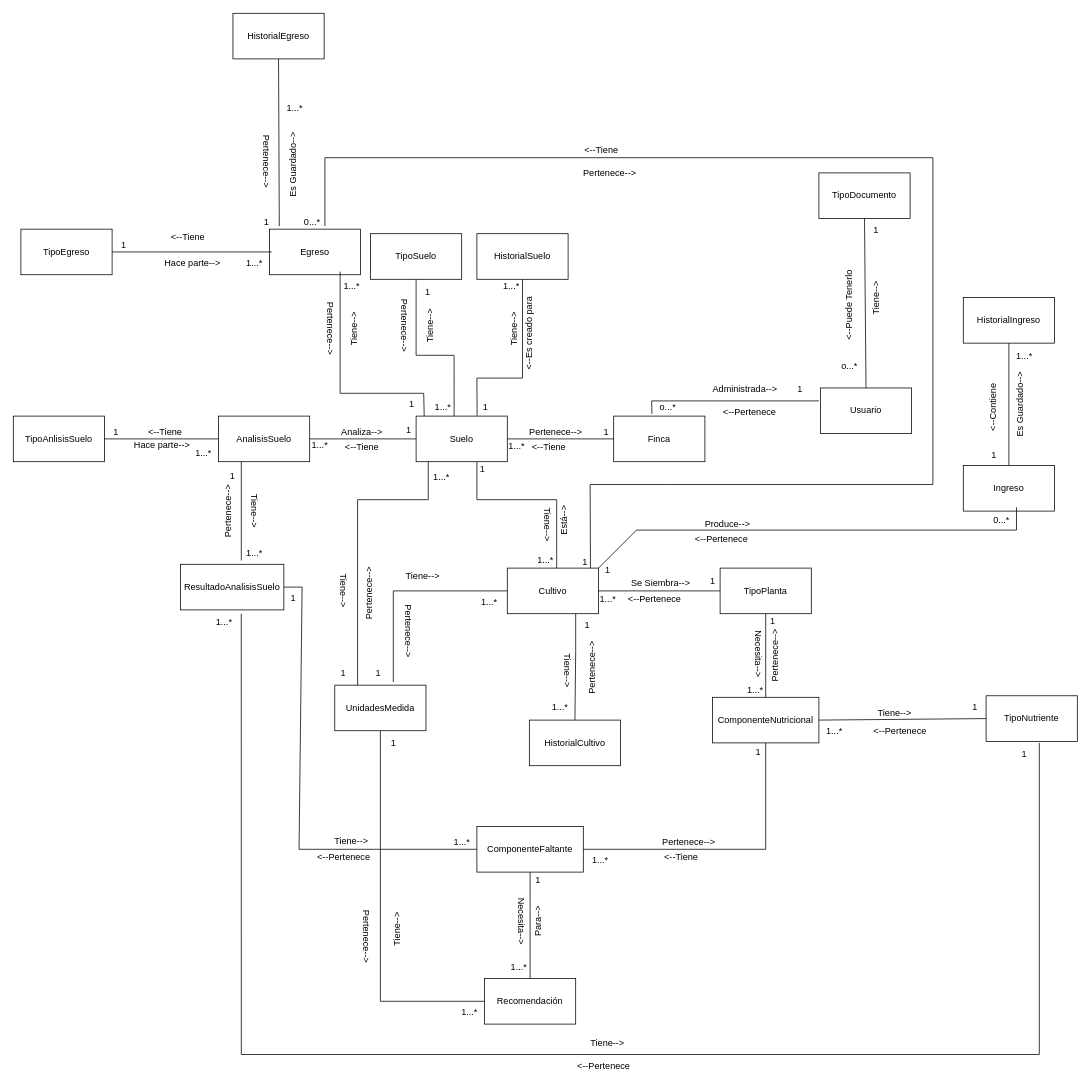
1193090526alexander/IngenieriaDeSotwareII keeps this draw.io diagram as proyecto de clase cropscan/CropScan.drawio. Above is the earlier version. Source tidied: cells renumbered, new cells numbered last; positions are measured from the earlier drawing's top-left corner, leaving out a move shared by most shapes. Both pictures are drawn from the tidied source at 76%, with x=0, y=0 at pixel (13, 13).
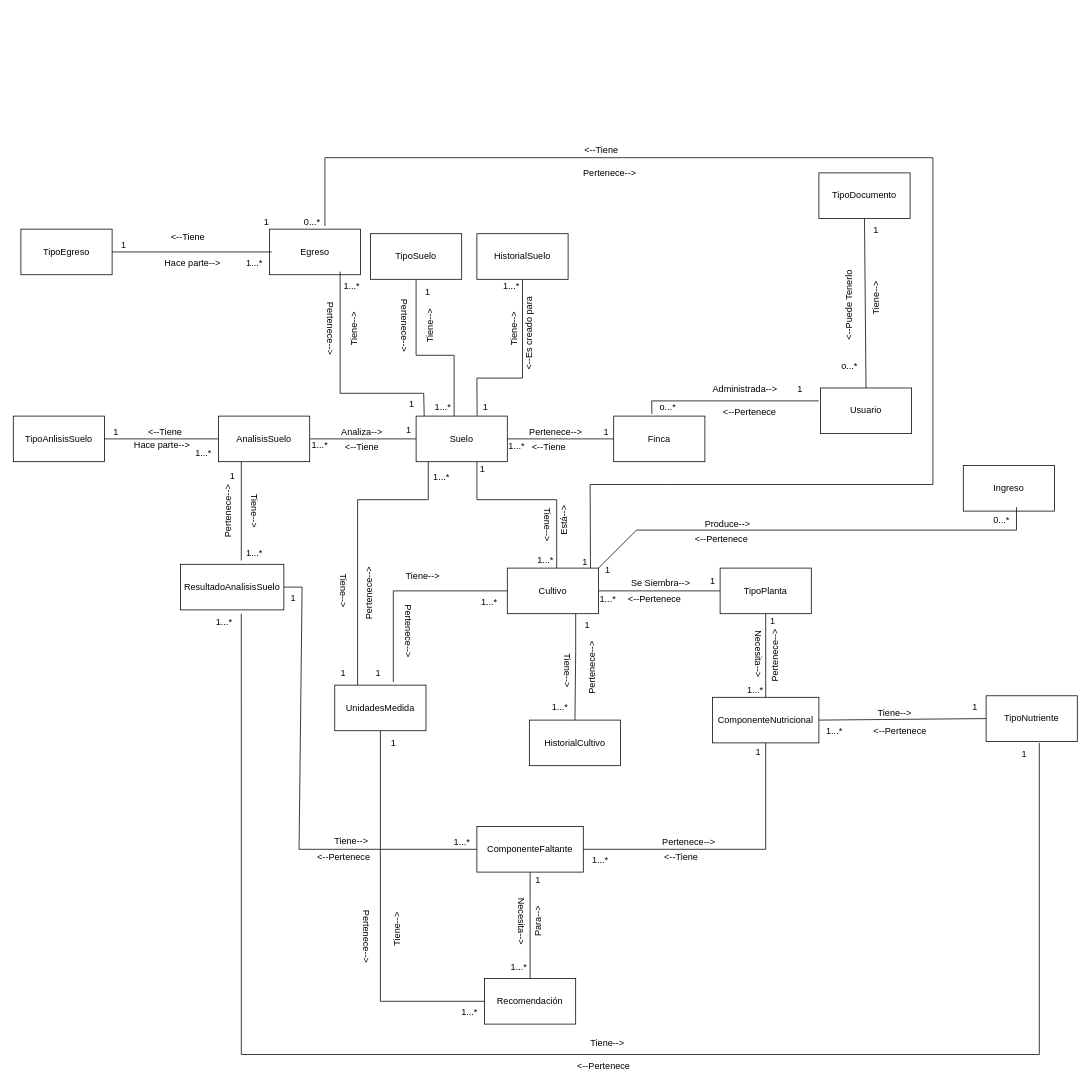
After the change.

Unchanged cells that the change refers to:
```xml
<mxCell id="63" value="Ingreso" style="rounded=0;whiteSpace=wrap;html=1;" parent="1" vertex="1">
  <mxGeometry x="1250" y="595" width="120" height="60" as="geometry" />
</mxCell>
```

Change to the diagram source:
```diff
@@
-    <mxCell id="127" value="HistorialEgreso" style="rounded=0;whiteSpace=wrap;html=1;" parent="1" vertex="1">
-      <mxGeometry x="289" width="120" height="60" as="geometry" />
-    </mxCell>
-    <mxCell id="128" value="HistorialIngreso" style="rounded=0;whiteSpace=wrap;html=1;" parent="1" vertex="1">
-      <mxGeometry x="1250" y="374" width="120" height="60" as="geometry" />
-    </mxCell>
-    <mxCell id="129" style="endArrow=none;html=1;rounded=0;entryX=0.5;entryY=1;entryDx=0;entryDy=0;exitX=0.5;exitY=0;exitDx=0;exitDy=0;" parent="1" edge="1" source="63" target="128">
-      <mxGeometry relative="1" as="geometry" />
-    </mxCell>
-    <mxCell id="130" style="endArrow=none;html=1;rounded=0;entryX=0.5;entryY=1;entryDx=0;entryDy=0;" parent="1" edge="1" target="127">
-      <mxGeometry relative="1" as="geometry">
-        <mxPoint x="350" y="280" as="sourcePoint" />
-      </mxGeometry>
-    </mxCell>
-    <mxCell id="131" value="Es Guardado--&amp;gt;" style="text;html=1;align=center;verticalAlign=middle;strokeColor=none;fillColor=none;rotation=270;" parent="1" vertex="1">
-      <mxGeometry x="1270" y="500" width="110" height="30" as="geometry" />
-    </mxCell>
-    <mxCell id="132" value="&amp;lt;--Contiene" style="text;html=1;align=center;verticalAlign=middle;strokeColor=none;fillColor=none;rotation=270;" parent="1" vertex="1">
-      <mxGeometry x="1245" y="504" width="90" height="30" as="geometry" />
-    </mxCell>
-    <mxCell id="133" value="Es Guardado--&amp;gt;" style="text;html=1;strokeColor=none;fillColor=none;align=center;verticalAlign=middle;whiteSpace=wrap;rounded=0;rotation=270;" parent="1" vertex="1">
-      <mxGeometry x="324" y="184" width="88" height="30" as="geometry" />
-    </mxCell>
-    <mxCell id="134" value="Pertenece--&amp;gt;" style="text;html=1;strokeColor=none;fillColor=none;align=center;verticalAlign=middle;whiteSpace=wrap;rounded=0;rotation=90;" parent="1" vertex="1">
-      <mxGeometry x="293" y="180" width="80" height="30" as="geometry" />
-    </mxCell>
@@
-    <mxCell id="136" value="1...*" style="text;html=1;align=center;verticalAlign=middle;strokeColor=none;fillColor=none;" parent="1" vertex="1">
-      <mxGeometry x="350" y="110" width="40" height="30" as="geometry" />
-    </mxCell>
-    <mxCell id="137" value="1...*" style="text;html=1;align=center;verticalAlign=middle;strokeColor=none;fillColor=none;" parent="1" vertex="1">
-      <mxGeometry x="1310" y="436" width="40" height="30" as="geometry" />
-    </mxCell>
-    <mxCell id="138" value="1" style="text;html=1;align=center;verticalAlign=middle;strokeColor=none;fillColor=none;" parent="1" vertex="1">
-      <mxGeometry x="1275" y="567" width="30" height="30" as="geometry" />
-    </mxCell>
```
